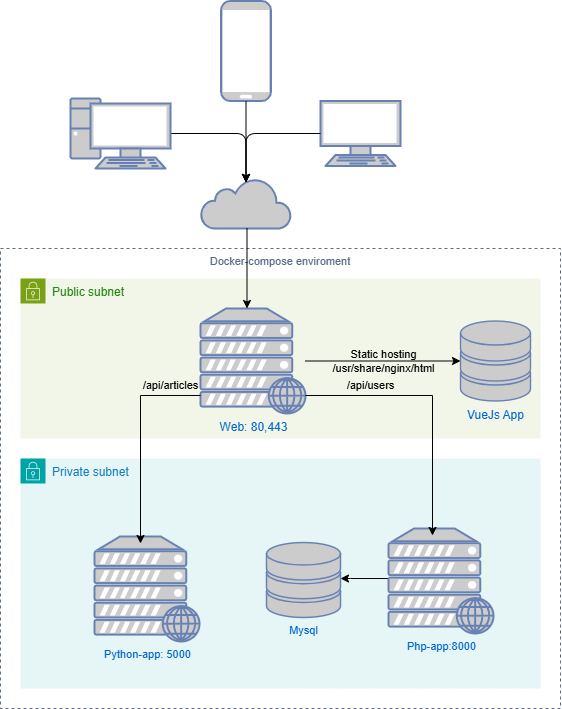
This is labs/assets/lab_6.png from lisnayk/conteinirization-2023, a draw.io export, as it was before one commit. Source tidied: cells renumbered, new cells last; positions are measured from the earlier drawing's top-left corner, leaving out a move shared by most shapes.
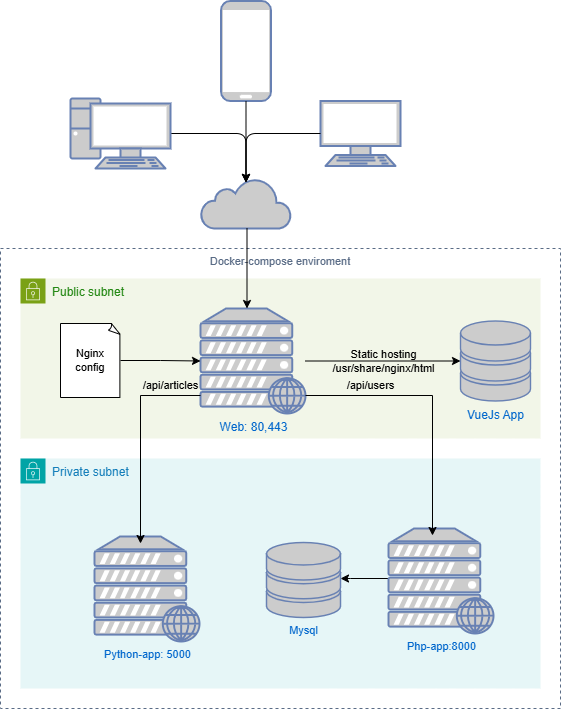
The same diagram one commit later.

Commit message:
Add lab 6 template with expanded Docker Compose guide

Included a new lab 6 template featuring an extensive Docker Compose guide and example. Added practical tasks for setting up multiple services such as Nginx, Flask, and MySQL, improving overall clarity and usability for students.

Diff of the diagram source:
```diff
@@ -82,5 +82,11 @@
         </Array>
       </mxGeometry>
     </mxCell>
+    <mxCell id="22" style="edgeStyle=orthogonalEdgeStyle;shape=connector;rounded=0;jettySize=auto;html=1;strokeColor=default;align=center;verticalAlign=middle;fontFamily=Helvetica;fontSize=11;fontColor=default;labelBackgroundColor=default;endArrow=classic;" parent="1" edge="1" source="23" target="5">
+      <mxGeometry relative="1" as="geometry" />
+    </mxCell>
+    <mxCell id="23" value="Nginx config" style="whiteSpace=wrap;html=1;shape=mxgraph.basic.document;fontFamily=Helvetica;fontSize=11;fontColor=default;labelBackgroundColor=default;" parent="1" vertex="1">
+      <mxGeometry x="60" y="323" width="60" height="74" as="geometry" />
+    </mxCell>
   </root>
 </mxGraphModel>
```
